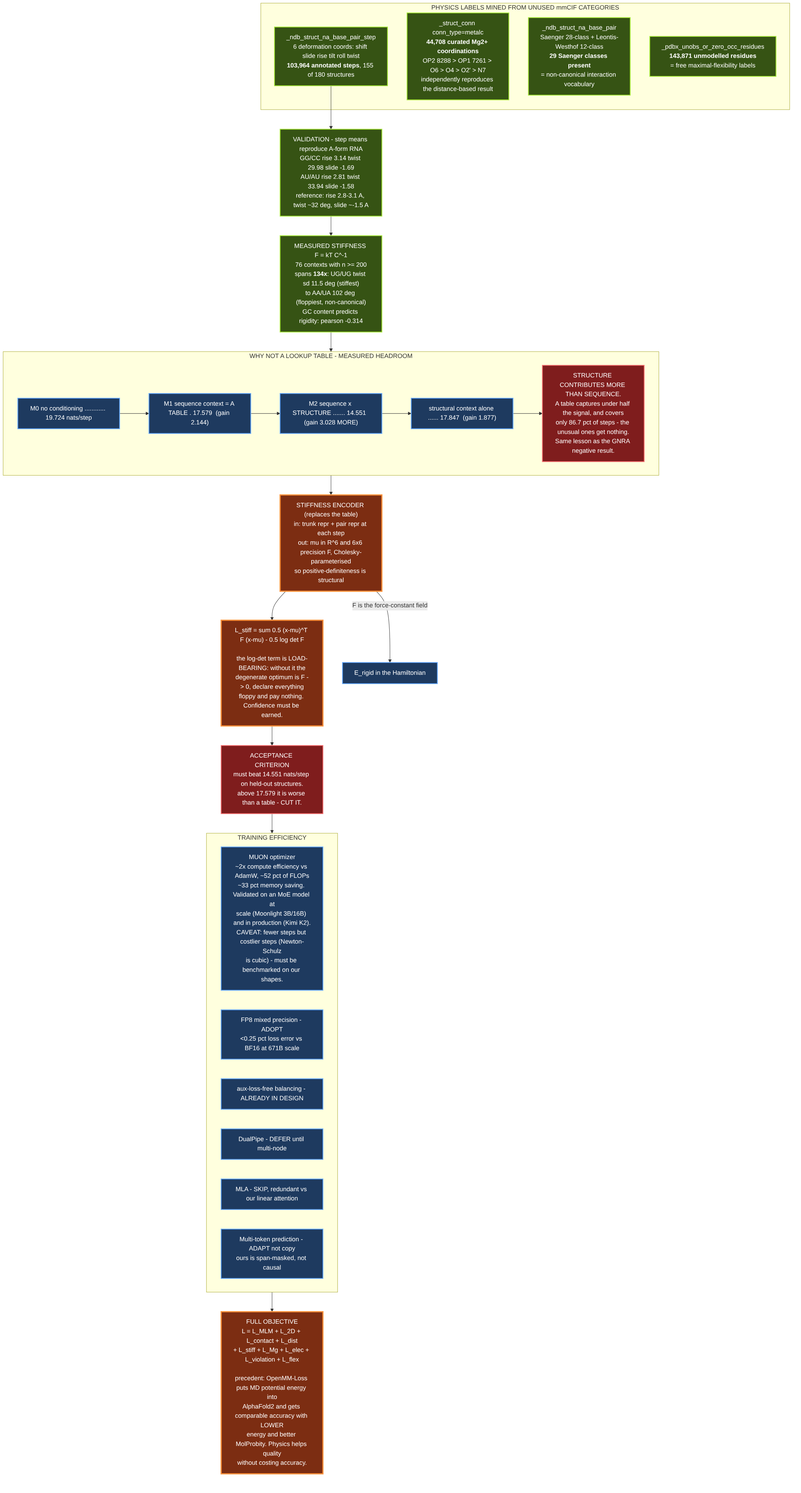
Above: research/architecture/diagrams/rendered/07-training-and-stiffness.png in E-Motioner-X-SBS/sbs-rna (Mermaid), before the change. Its source is kept beside it as research/architecture/diagrams/07-training-and-stiffness.mmd.
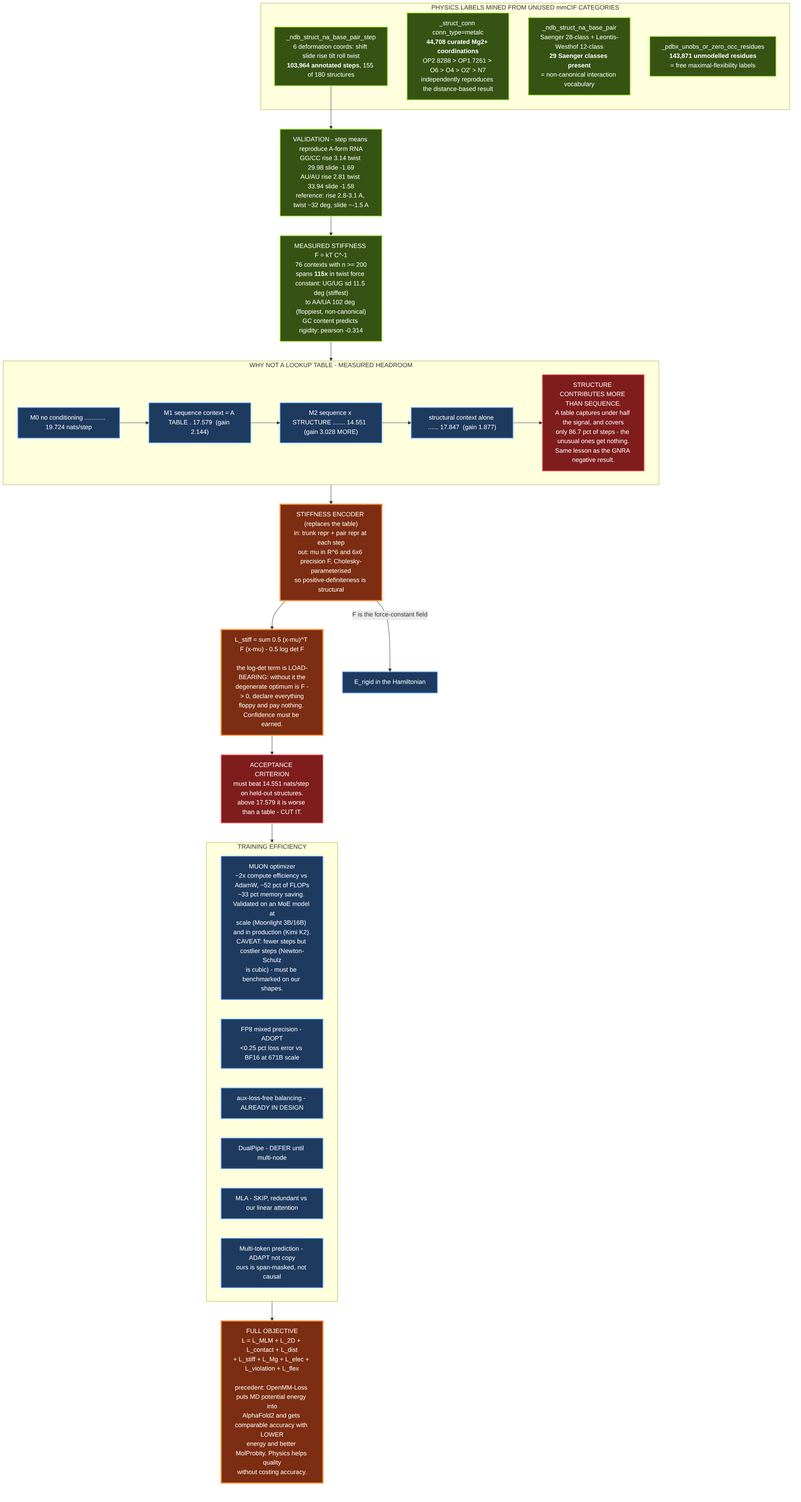
After the commit.

Diff of the diagram source:
```diff
@@ -9,7 +9,7 @@
     VALID["VALIDATION - step means reproduce A-form RNA<br/>GG/CC rise 3.14 twist 29.98 slide -1.69<br/>AU/AU rise 2.81 twist 33.94 slide -1.58<br/>reference: rise 2.8-3.1 A, twist ~32 deg, slide ~-1.5 A"]
     M1 --> VALID
 
-    STIFF["MEASURED STIFFNESS F = kT C^-1<br/>76 contexts with n &gt;= 200<br/>spans <b>134x</b>: UG/UG twist sd 11.5 deg (stiffest)<br/>to AA/UA 102 deg (floppiest, non-canonical)<br/>GC content predicts rigidity: pearson -0.314"]
+    STIFF["MEASURED STIFFNESS F = kT C^-1<br/>76 contexts with n &gt;= 200<br/>spans <b>115x</b> in twist force constant: UG/UG sd 11.5 deg (stiffest)<br/>to AA/UA 102 deg (floppiest, non-canonical)<br/>GC content predicts rigidity: pearson -0.314"]
     VALID --> STIFF
 
     subgraph WHY["WHY NOT A LOOKUP TABLE - MEASURED HEADROOM"]
```
